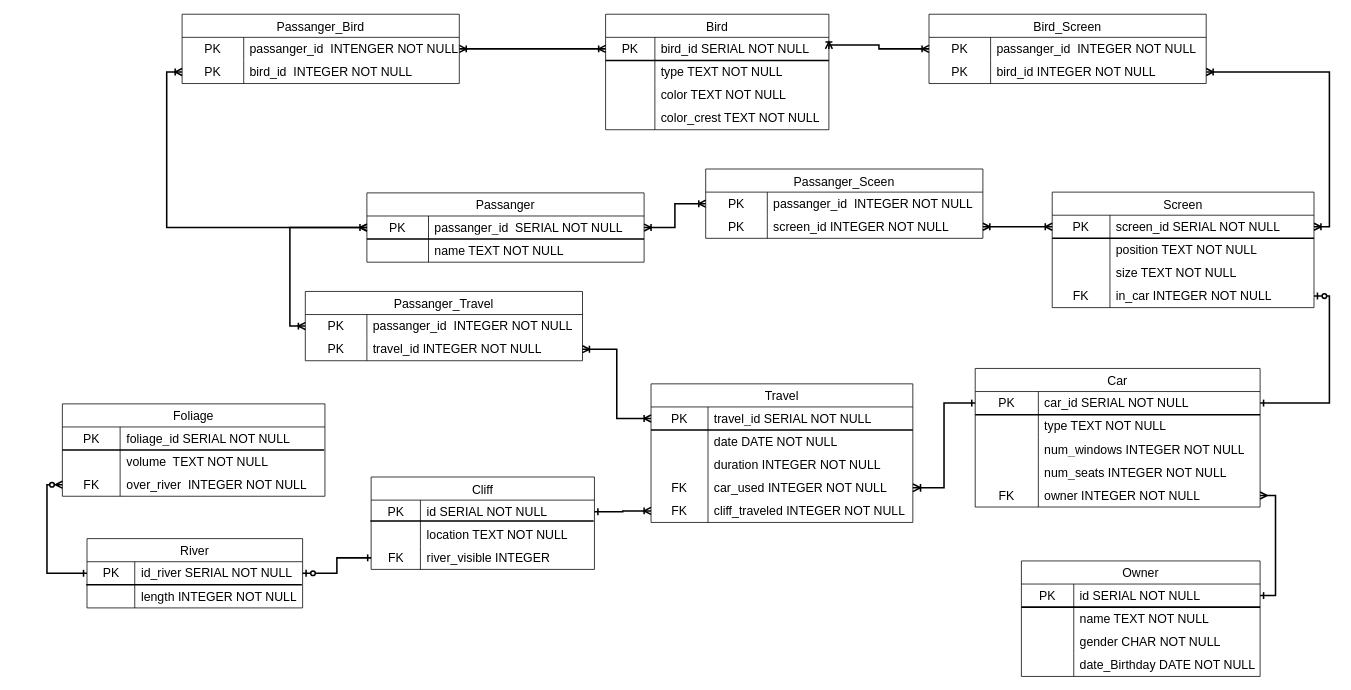
Above: Untitled Diagram.drawio in J-RAY3E/UNI (draw.io), before the change. Source tidied: cells renumbered, new cells numbered last; positions are measured from the earlier drawing's top-left corner, leaving out a move shared by most shapes. Both pictures are drawn from the tidied source at 77%, with x=0, y=0 at pixel (62, 14).
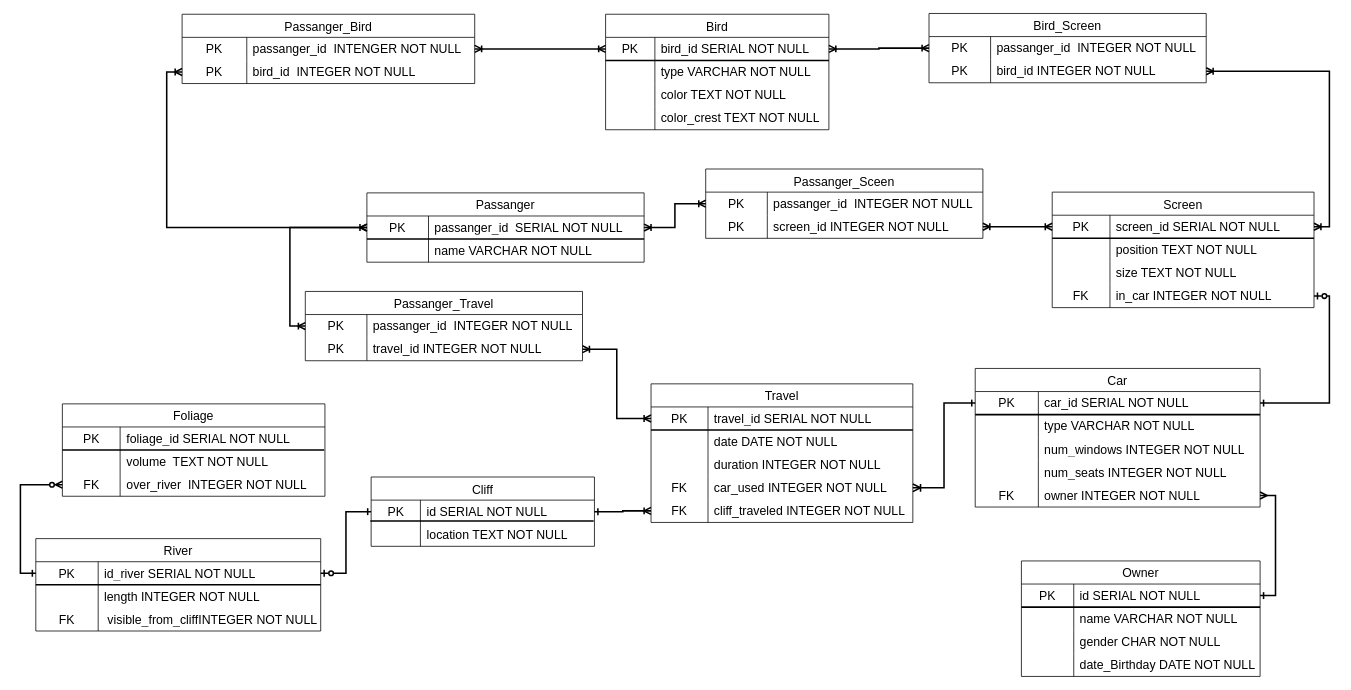
The same page after the edit.

The change refers to these unchanged cells:
```xml
<mxCell id="6" style="shape=tableRow;horizontal=0;startSize=0;swimlaneHead=0;swimlaneBody=0;top=0;left=0;bottom=0;right=0;fillColor=none;strokeColor=inherit;fontSize=16;" parent="2" vertex="1">
  <mxGeometry y="60" width="310" height="30" as="geometry" />
</mxCell>
<mxCell id="20" style="shape=tableRow;horizontal=0;startSize=0;swimlaneHead=0;swimlaneBody=0;top=0;left=0;bottom=0;right=0;fillColor=none;strokeColor=inherit;fontSize=16;" parent="16" vertex="1">
  <mxGeometry y="60" width="370" height="30" as="geometry" />
</mxCell>
<mxCell id="51" style="shape=tableRow;horizontal=0;startSize=0;swimlaneHead=0;swimlaneBody=0;top=0;left=0;bottom=0;right=0;fillColor=none;points=[[0,0.5],[1,0.5]];portConstraint=eastwest;strokeColor=inherit;fontSize=16;" parent="50" vertex="1">
  <mxGeometry y="30" width="290" height="30" as="geometry" />
</mxCell>
<mxCell id="54" style="shape=tableRow;horizontal=0;startSize=0;swimlaneHead=0;swimlaneBody=0;top=0;left=0;bottom=0;right=0;fillColor=none;strokeColor=inherit;fontSize=16;" parent="50" vertex="1">
  <mxGeometry y="60" width="290" height="30" as="geometry" />
</mxCell>
<mxCell id="81" style="shape=tableRow;horizontal=0;startSize=0;swimlaneHead=0;swimlaneBody=0;top=0;left=0;bottom=0;right=0;fillColor=none;strokeColor=inherit;fontSize=16;" parent="77" vertex="1">
  <mxGeometry y="60" width="360" height="30" as="geometry" />
</mxCell>
<mxCell id="86" style="shape=tableRow;horizontal=0;startSize=0;swimlaneHead=0;swimlaneBody=0;top=0;left=0;bottom=0;right=0;fillColor=none;points=[[0,0.5],[1,0.5]];portConstraint=eastwest;strokeColor=inherit;fontSize=16;" parent="85" vertex="1">
  <mxGeometry y="30" width="290" height="30" as="geometry" />
</mxCell>
<mxCell id="111" style="shape=tableRow;horizontal=0;startSize=0;swimlaneHead=0;swimlaneBody=0;top=0;left=0;bottom=0;right=0;fillColor=none;points=[[0,0.5],[1,0.5]];portConstraint=eastwest;strokeColor=inherit;fontSize=16;" parent="104" vertex="1">
  <mxGeometry y="90" width="341" height="30" as="geometry" />
</mxCell>
<mxCell id="124" style="shape=tableRow;horizontal=0;startSize=0;swimlaneHead=0;swimlaneBody=0;top=0;left=0;bottom=0;right=0;fillColor=none;points=[[0,0.5],[1,0.5]];portConstraint=eastwest;strokeColor=inherit;fontSize=16;" parent="123" vertex="1">
  <mxGeometry y="30" width="360" height="30" as="geometry" />
</mxCell>
```

The edit, as a diff of the source:
```diff
@@
-    <mxCell id="8" value="name TEXT NOT NULL" style="shape=partialRectangle;html=1;whiteSpace=wrap;fillColor=none;top=0;left=0;bottom=0;right=0;align=left;spacingLeft=6;overflow=hidden;strokeColor=inherit;fontSize=16;" parent="6" vertex="1">
+    <mxCell id="8" value="name VARCHAR NOT NULL" style="shape=partialRectangle;html=1;whiteSpace=wrap;fillColor=none;top=0;left=0;bottom=0;right=0;align=left;spacingLeft=6;overflow=hidden;strokeColor=inherit;fontSize=16;" parent="6" vertex="1">
       <mxGeometry x="68" width="242" height="30" as="geometry" />
     </mxCell>
@@
-    <mxCell id="22" value="type TEXT NOT NULL" style="shape=partialRectangle;html=1;whiteSpace=wrap;fillColor=none;top=0;left=0;bottom=0;right=0;align=left;spacingLeft=6;overflow=hidden;strokeColor=inherit;fontSize=16;" parent="20" vertex="1">
+    <mxCell id="22" value="type VARCHAR NOT NULL" style="shape=partialRectangle;html=1;whiteSpace=wrap;fillColor=none;top=0;left=0;bottom=0;right=0;align=left;spacingLeft=6;overflow=hidden;strokeColor=inherit;fontSize=16;" parent="20" vertex="1">
       <mxGeometry x="82" width="288" height="30" as="geometry" />
     </mxCell>
@@
-    <mxCell id="56" value="type TEXT NOT NULL" style="shape=partialRectangle;html=1;whiteSpace=wrap;fillColor=none;top=0;left=0;bottom=0;right=0;align=left;spacingLeft=6;overflow=hidden;strokeColor=inherit;fontSize=16;" parent="54" vertex="1">
+    <mxCell id="56" value="type VARCHAR NOT NULL" style="shape=partialRectangle;html=1;whiteSpace=wrap;fillColor=none;top=0;left=0;bottom=0;right=0;align=left;spacingLeft=6;overflow=hidden;strokeColor=inherit;fontSize=16;" parent="54" vertex="1">
       <mxGeometry x="64" width="226" height="30" as="geometry" />
     </mxCell>
@@
-    <mxCell id="83" value="name TEXT NOT NULL" style="shape=partialRectangle;html=1;whiteSpace=wrap;fillColor=none;top=0;left=0;bottom=0;right=0;align=left;spacingLeft=6;overflow=hidden;strokeColor=inherit;fontSize=16;" parent="81" vertex="1">
+    <mxCell id="83" value="name VARCHAR NOT NULL" style="shape=partialRectangle;html=1;whiteSpace=wrap;fillColor=none;top=0;left=0;bottom=0;right=0;align=left;spacingLeft=6;overflow=hidden;strokeColor=inherit;fontSize=16;" parent="81" vertex="1">
       <mxGeometry x="80" width="280" height="30" as="geometry" />
     </mxCell>
@@
     <mxCell id="85" value="Cliff" style="shape=table;startSize=30;childLayout=tableLayout;rowLines=0;fontStyle=0;strokeColor=default;fontSize=16;" parent="1" vertex="1">
-      <mxGeometry x="400.5" y="601" width="290" height="120" as="geometry" />
+      <mxGeometry x="400.5" y="601" width="290" height="90" as="geometry" />
     </mxCell>
@@
-    <mxCell id="92" style="shape=tableRow;horizontal=0;startSize=0;swimlaneHead=0;swimlaneBody=0;top=0;left=0;bottom=0;right=0;fillColor=none;points=[[0,0.5],[1,0.5]];portConstraint=eastwest;strokeColor=inherit;fontSize=16;" parent="85" vertex="1">
-      <mxGeometry y="90" width="290" height="30" as="geometry" />
-    </mxCell>
-    <mxCell id="93" value="FK" style="shape=partialRectangle;html=1;whiteSpace=wrap;fillColor=none;top=0;left=0;bottom=0;right=0;overflow=hidden;strokeColor=inherit;fontSize=16;" parent="92" vertex="1">
-      <mxGeometry width="64" height="30" as="geometry" />
-    </mxCell>
-    <mxCell id="94" value="river_visible INTEGER" style="shape=partialRectangle;html=1;whiteSpace=wrap;fillColor=none;top=0;left=0;bottom=0;right=0;align=left;spacingLeft=6;overflow=hidden;strokeColor=inherit;fontSize=16;" parent="92" vertex="1">
-      <mxGeometry x="64" width="226" height="30" as="geometry" />
-    </mxCell>
@@
     <mxCell id="96" value="River" style="shape=table;startSize=30;childLayout=tableLayout;rowLines=0;fontStyle=0;strokeColor=default;fontSize=16;" parent="1" vertex="1">
-      <mxGeometry x="31.5" y="681" width="280" height="90" as="geometry" />
+      <mxGeometry x="-35" y="681" width="370" height="120" as="geometry" />
     </mxCell>
     <mxCell id="97" style="shape=tableRow;horizontal=0;startSize=0;swimlaneHead=0;swimlaneBody=0;top=0;left=0;bottom=0;right=0;fillColor=none;points=[[0,0.5],[1,0.5]];portConstraint=eastwest;strokeColor=inherit;fontSize=16;" parent="96" vertex="1">
-      <mxGeometry y="30" width="280" height="30" as="geometry" />
+      <mxGeometry y="30" width="370" height="30" as="geometry" />
     </mxCell>
     <mxCell id="98" value="PK" style="shape=partialRectangle;html=1;whiteSpace=wrap;fillColor=none;top=0;left=0;bottom=0;right=0;overflow=hidden;strokeColor=inherit;fontSize=16;" parent="97" vertex="1">
-      <mxGeometry width="62" height="30" as="geometry" />
+      <mxGeometry width="81" height="30" as="geometry" />
     </mxCell>
     <mxCell id="99" value="id_river SERIAL NOT NULL" style="shape=partialRectangle;html=1;whiteSpace=wrap;fillColor=none;top=0;left=0;bottom=0;right=0;align=left;spacingLeft=6;overflow=hidden;strokeColor=inherit;fontSize=16;" parent="97" vertex="1">
-      <mxGeometry x="62" width="218" height="30" as="geometry" />
+      <mxGeometry x="81" width="289" height="30" as="geometry" />
     </mxCell>
     <mxCell id="100" style="shape=tableRow;horizontal=0;startSize=0;swimlaneHead=0;swimlaneBody=0;top=0;left=0;bottom=0;right=0;fillColor=none;strokeColor=inherit;fontSize=16;" parent="96" vertex="1">
-      <mxGeometry y="60" width="280" height="30" as="geometry" />
+      <mxGeometry y="60" width="370" height="30" as="geometry" />
     </mxCell>
     <mxCell id="101" style="shape=partialRectangle;html=1;whiteSpace=wrap;fillColor=none;top=0;left=0;bottom=0;right=0;overflow=hidden;strokeColor=inherit;fontSize=16;" parent="100" vertex="1">
-      <mxGeometry width="62" height="30" as="geometry" />
+      <mxGeometry width="81" height="30" as="geometry" />
     </mxCell>
     <mxCell id="102" value="length INTEGER NOT NULL" style="shape=partialRectangle;html=1;whiteSpace=wrap;fillColor=none;top=0;left=0;bottom=0;right=0;align=left;spacingLeft=6;overflow=hidden;strokeColor=inherit;fontSize=16;" parent="100" vertex="1">
-      <mxGeometry x="62" width="218" height="30" as="geometry" />
+      <mxGeometry x="81" width="289" height="30" as="geometry" />
     </mxCell>
+    <mxCell id="158" style="shape=tableRow;horizontal=0;startSize=0;swimlaneHead=0;swimlaneBody=0;top=0;left=0;bottom=0;right=0;fillColor=none;strokeColor=inherit;fontSize=16;" parent="96" vertex="1">
+      <mxGeometry y="90" width="370" height="30" as="geometry" />
+    </mxCell>
+    <mxCell id="93" value="FK" style="shape=partialRectangle;html=1;whiteSpace=wrap;fillColor=none;top=0;left=0;bottom=0;right=0;overflow=hidden;strokeColor=inherit;fontSize=16;" parent="158" vertex="1">
+      <mxGeometry width="81" height="30" as="geometry" />
+    </mxCell>
+    <mxCell id="159" value="&amp;nbsp;visible_from_cliffINTEGER NOT NULL" style="shape=partialRectangle;html=1;whiteSpace=wrap;fillColor=none;top=0;left=0;bottom=0;right=0;align=left;spacingLeft=6;overflow=hidden;strokeColor=inherit;fontSize=16;" parent="158" vertex="1">
+      <mxGeometry x="81" width="289" height="30" as="geometry" />
+    </mxCell>
     <mxCell id="103" style="line;strokeWidth=2;html=1;" parent="1" vertex="1">
-      <mxGeometry x="30.5" y="736" width="280" height="10" as="geometry" />
+      <mxGeometry x="-35" y="736" width="370" height="10" as="geometry" />
     </mxCell>
@@
     <mxCell id="123" value="Bird_Screen" style="shape=table;startSize=30;childLayout=tableLayout;rowLines=0;fontStyle=0;strokeColor=default;fontSize=16;" parent="1" vertex="1">
-      <mxGeometry x="1125" width="360" height="90" as="geometry" />
+      <mxGeometry x="1125" y="-1" width="360" height="90" as="geometry" />
     </mxCell>
@@
     <mxCell id="130" value="Passanger_Bird" style="shape=table;startSize=30;childLayout=tableLayout;rowLines=0;fontStyle=0;strokeColor=default;fontSize=16;" parent="1" vertex="1">
-      <mxGeometry x="155" width="360" height="90" as="geometry" />
+      <mxGeometry x="155" width="380" height="90" as="geometry" />
     </mxCell>
     <mxCell id="131" style="shape=tableRow;horizontal=0;startSize=0;swimlaneHead=0;swimlaneBody=0;top=0;left=0;bottom=0;right=0;fillColor=none;points=[[0,0.5],[1,0.5]];portConstraint=eastwest;strokeColor=inherit;fontSize=16;" parent="130" vertex="1">
-      <mxGeometry y="30" width="360" height="30" as="geometry" />
+      <mxGeometry y="30" width="380" height="30" as="geometry" />
     </mxCell>
     <mxCell id="132" value="PK" style="shape=partialRectangle;html=1;whiteSpace=wrap;fillColor=none;top=0;left=0;bottom=0;right=0;overflow=hidden;strokeColor=inherit;fontSize=16;" parent="131" vertex="1">
-      <mxGeometry width="80" height="30" as="geometry" />
+      <mxGeometry width="84" height="30" as="geometry" />
     </mxCell>
     <mxCell id="133" value="passanger_id&amp;nbsp; INTENGER NOT NULL" style="shape=partialRectangle;html=1;whiteSpace=wrap;fillColor=none;top=0;left=0;bottom=0;right=0;align=left;spacingLeft=6;overflow=hidden;strokeColor=inherit;fontSize=16;" parent="131" vertex="1">
-      <mxGeometry x="80" width="280" height="30" as="geometry" />
+      <mxGeometry x="84" width="296" height="30" as="geometry" />
     </mxCell>
     <mxCell id="134" style="shape=tableRow;horizontal=0;startSize=0;swimlaneHead=0;swimlaneBody=0;top=0;left=0;bottom=0;right=0;fillColor=none;points=[[0,0.5],[1,0.5]];portConstraint=eastwest;strokeColor=inherit;fontSize=16;" parent="130" vertex="1">
-      <mxGeometry y="60" width="360" height="30" as="geometry" />
+      <mxGeometry y="60" width="380" height="30" as="geometry" />
     </mxCell>
     <mxCell id="135" value="PK" style="shape=partialRectangle;html=1;whiteSpace=wrap;fillColor=none;top=0;left=0;bottom=0;right=0;overflow=hidden;strokeColor=inherit;fontSize=16;" parent="134" vertex="1">
-      <mxGeometry width="80" height="30" as="geometry" />
+      <mxGeometry width="84" height="30" as="geometry" />
     </mxCell>
     <mxCell id="136" value="bird_id&amp;nbsp; INTEGER NOT NULL" style="shape=partialRectangle;html=1;whiteSpace=wrap;fillColor=none;top=0;left=0;bottom=0;right=0;align=left;spacingLeft=6;overflow=hidden;strokeColor=inherit;fontSize=16;" parent="134" vertex="1">
-      <mxGeometry x="80" width="280" height="30" as="geometry" />
+      <mxGeometry x="84" width="296" height="30" as="geometry" />
     </mxCell>
     <mxCell id="137" style="edgeStyle=orthogonalEdgeStyle;rounded=0;jettySize=auto;html=1;exitX=0;exitY=0.5;exitDx=0;exitDy=0;entryX=0;entryY=0.5;entryDx=0;entryDy=0;endArrow=ERzeroToMany;endFill=0;startArrow=ERone;startFill=0;strokeWidth=2;" parent="1" edge="1" source="97" target="111">
-      <mxGeometry relative="1" as="geometry" />
+      <mxGeometry relative="1" as="geometry">
+        <Array as="points">
+          <mxPoint x="-55" y="726" />
+          <mxPoint x="-55" y="611" />
+        </Array>
+      </mxGeometry>
     </mxCell>
-    <mxCell id="138" style="edgeStyle=orthogonalEdgeStyle;rounded=0;jettySize=auto;html=1;exitX=1;exitY=0.5;exitDx=0;exitDy=0;entryX=0;entryY=0.5;entryDx=0;entryDy=0;endArrow=ERone;endFill=0;startArrow=ERzeroToOne;startFill=0;strokeWidth=2;" parent="1" edge="1" source="97" target="92">
+    <mxCell id="138" style="edgeStyle=orthogonalEdgeStyle;rounded=0;jettySize=auto;html=1;exitX=1;exitY=0.5;exitDx=0;exitDy=0;entryX=0;entryY=0.5;entryDx=0;entryDy=0;endArrow=ERone;endFill=0;startArrow=ERzeroToOne;startFill=0;strokeWidth=2;" parent="1" edge="1" source="97" target="86">
       <mxGeometry relative="1" as="geometry" />
     </mxCell>
@@
-    <mxCell id="154" style="edgeStyle=orthogonalEdgeStyle;rounded=0;jettySize=auto;html=1;exitX=1;exitY=0.5;exitDx=0;exitDy=0;entryX=0;entryY=0.5;entryDx=0;entryDy=0;startArrow=ERoneToMany;startFill=0;endArrow=ERoneToMany;endFill=0;strokeWidth=2;" parent="1" edge="1" source="51" target="124">
-      <mxGeometry relative="1" as="geometry">
-        <Array as="points">
-          <mxPoint x="995" y="40" />
-          <mxPoint x="1060" y="40" />
-          <mxPoint x="1060" y="45" />
-        </Array>
-      </mxGeometry>
-    </mxCell>
@@
+    <mxCell id="154" style="edgeStyle=orthogonalEdgeStyle;rounded=0;jettySize=auto;html=1;exitX=1;exitY=0.5;exitDx=0;exitDy=0;entryX=0;entryY=0.5;entryDx=0;entryDy=0;strokeWidth=2;startArrow=ERoneToMany;startFill=0;endArrow=ERoneToMany;endFill=0;" parent="1" edge="1" source="51" target="124">
+      <mxGeometry relative="1" as="geometry" />
+    </mxCell>
```
